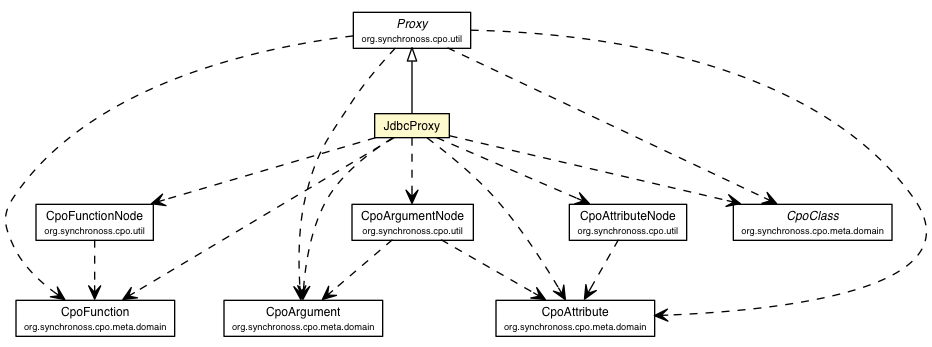
Earlier version of the Graphviz export site/apidocs/org/synchronoss/cpo/util/jdbc/JdbcProxy.png (synchronoss/cpo-util). Its source is kept beside it as site/apidocs/org/synchronoss/cpo/util/jdbc/JdbcProxy.dot.
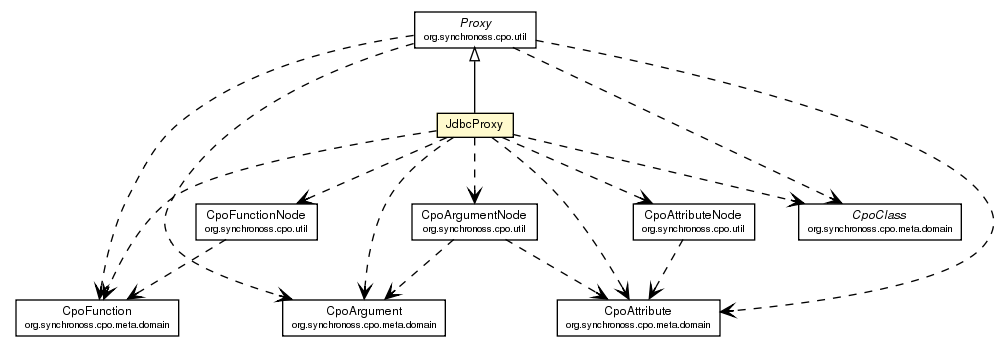
After the commit.

Change to the diagram source:
```diff
@@ -2,70 +2,70 @@
 digraph G {
 	edge [fontname="Helvetica",fontsize=10,labelfontname="Helvetica",labelfontsize=10];
 	node [fontname="Helvetica",fontsize=10,shape=plaintext];
-	c3828 [label=<<table border="0" cellborder="1" cellspacing="0" cellpadding="2" port="p" href="../Proxy.html">
+	c4415 [label=<<table border="0" cellborder="1" cellspacing="0" cellpadding="2" port="p" href="../CpoAttributeNode.html">
+		<tr><td><table border="0" cellspacing="0" cellpadding="1">
+			<tr><td> CpoAttributeNode </td></tr>
+			<tr><td><font point-size="7.0"> org.synchronoss.cpo.util </font></td></tr>
+		</table></td></tr>
+		</table>>, fontname="Helvetica", fontcolor="black", fontsize=9.0];
+	c4430 [label=<<table border="0" cellborder="1" cellspacing="0" cellpadding="2" port="p" href="../CpoFunctionNode.html">
+		<tr><td><table border="0" cellspacing="0" cellpadding="1">
+			<tr><td> CpoFunctionNode </td></tr>
+			<tr><td><font point-size="7.0"> org.synchronoss.cpo.util </font></td></tr>
+		</table></td></tr>
+		</table>>, fontname="Helvetica", fontcolor="black", fontsize=9.0];
+	c4434 [label=<<table border="0" cellborder="1" cellspacing="0" cellpadding="2" port="p" href="../CpoArgumentNode.html">
+		<tr><td><table border="0" cellspacing="0" cellpadding="1">
+			<tr><td> CpoArgumentNode </td></tr>
+			<tr><td><font point-size="7.0"> org.synchronoss.cpo.util </font></td></tr>
+		</table></td></tr>
+		</table>>, fontname="Helvetica", fontcolor="black", fontsize=9.0];
+	c4438 [label=<<table border="0" cellborder="1" cellspacing="0" cellpadding="2" port="p" href="../Proxy.html">
 		<tr><td><table border="0" cellspacing="0" cellpadding="1">
 			<tr><td><font face="Helvetica-Oblique"> Proxy </font></td></tr>
 			<tr><td><font point-size="7.0"> org.synchronoss.cpo.util </font></td></tr>
 		</table></td></tr>
 		</table>>, fontname="Helvetica", fontcolor="black", fontsize=9.0];
-	c3840 [label=<<table border="0" cellborder="1" cellspacing="0" cellpadding="2" port="p" href="../CpoFunctionNode.html">
-		<tr><td><table border="0" cellspacing="0" cellpadding="1">
-			<tr><td> CpoFunctionNode </td></tr>
-			<tr><td><font point-size="7.0"> org.synchronoss.cpo.util </font></td></tr>
-		</table></td></tr>
-		</table>>, fontname="Helvetica", fontcolor="black", fontsize=9.0];
-	c3849 [label=<<table border="0" cellborder="1" cellspacing="0" cellpadding="2" port="p" href="../CpoAttributeNode.html">
-		<tr><td><table border="0" cellspacing="0" cellpadding="1">
-			<tr><td> CpoAttributeNode </td></tr>
-			<tr><td><font point-size="7.0"> org.synchronoss.cpo.util </font></td></tr>
-		</table></td></tr>
-		</table>>, fontname="Helvetica", fontcolor="black", fontsize=9.0];
-	c3851 [label=<<table border="0" cellborder="1" cellspacing="0" cellpadding="2" port="p" href="../CpoArgumentNode.html">
-		<tr><td><table border="0" cellspacing="0" cellpadding="1">
-			<tr><td> CpoArgumentNode </td></tr>
-			<tr><td><font point-size="7.0"> org.synchronoss.cpo.util </font></td></tr>
-		</table></td></tr>
-		</table>>, fontname="Helvetica", fontcolor="black", fontsize=9.0];
-	c3862 [label=<<table border="0" cellborder="1" cellspacing="0" cellpadding="2" port="p" bgcolor="lemonChiffon" href="./JdbcProxy.html">
+	c4453 [label=<<table border="0" cellborder="1" cellspacing="0" cellpadding="2" port="p" bgcolor="lemonChiffon" href="./JdbcProxy.html">
 		<tr><td><table border="0" cellspacing="0" cellpadding="1">
 			<tr><td> JdbcProxy </td></tr>
 		</table></td></tr>
 		</table>>, fontname="Helvetica", fontcolor="black", fontsize=9.0];
-	c3828:p -> c3862:p [dir=back,arrowtail=empty];
-	c3828:p -> c3890:p [taillabel="", label="", headlabel="", fontname="Helvetica", fontcolor="black", fontsize=10.0, color="black", arrowhead=open, style=dashed];
-	c3828:p -> c3891:p [taillabel="", label="", headlabel="", fontname="Helvetica", fontcolor="black", fontsize=10.0, color="black", arrowhead=open, style=dashed];
-	c3828:p -> c3892:p [taillabel="", label="", headlabel="", fontname="Helvetica", fontcolor="black", fontsize=10.0, color="black", arrowhead=open, style=dashed];
-	c3828:p -> c3893:p [taillabel="", label="", headlabel="", fontname="Helvetica", fontcolor="black", fontsize=10.0, color="black", arrowhead=open, style=dashed];
-	c3840:p -> c3891:p [taillabel="", label="", headlabel="", fontname="Helvetica", fontcolor="black", fontsize=10.0, color="black", arrowhead=open, style=dashed];
-	c3849:p -> c3890:p [taillabel="", label="", headlabel="", fontname="Helvetica", fontcolor="black", fontsize=10.0, color="black", arrowhead=open, style=dashed];
-	c3851:p -> c3892:p [taillabel="", label="", headlabel="", fontname="Helvetica", fontcolor="black", fontsize=10.0, color="black", arrowhead=open, style=dashed];
-	c3851:p -> c3890:p [taillabel="", label="", headlabel="", fontname="Helvetica", fontcolor="black", fontsize=10.0, color="black", arrowhead=open, style=dashed];
-	c3862:p -> c3840:p [taillabel="", label="", headlabel="", fontname="Helvetica", fontcolor="black", fontsize=10.0, color="black", arrowhead=open, style=dashed];
-	c3862:p -> c3891:p [taillabel="", label="", headlabel="", fontname="Helvetica", fontcolor="black", fontsize=10.0, color="black", arrowhead=open, style=dashed];
-	c3862:p -> c3849:p [taillabel="", label="", headlabel="", fontname="Helvetica", fontcolor="black", fontsize=10.0, color="black", arrowhead=open, style=dashed];
-	c3862:p -> c3892:p [taillabel="", label="", headlabel="", fontname="Helvetica", fontcolor="black", fontsize=10.0, color="black", arrowhead=open, style=dashed];
-	c3862:p -> c3893:p [taillabel="", label="", headlabel="", fontname="Helvetica", fontcolor="black", fontsize=10.0, color="black", arrowhead=open, style=dashed];
-	c3862:p -> c3890:p [taillabel="", label="", headlabel="", fontname="Helvetica", fontcolor="black", fontsize=10.0, color="black", arrowhead=open, style=dashed];
-	c3862:p -> c3851:p [taillabel="", label="", headlabel="", fontname="Helvetica", fontcolor="black", fontsize=10.0, color="black", arrowhead=open, style=dashed];
-	c3893 [label=<<table border="0" cellborder="1" cellspacing="0" cellpadding="2" port="p" href="http://java.sun.com/j2se/1.4.2/docs/api/org/synchronoss/cpo/meta/domain/CpoClass.html">
+	c4438:p -> c4453:p [dir=back,arrowtail=empty];
+	c4415:p -> c4473:p [taillabel="", label="", headlabel="", fontname="Helvetica", fontcolor="black", fontsize=10.0, color="black", arrowhead=open, style=dashed];
+	c4430:p -> c4474:p [taillabel="", label="", headlabel="", fontname="Helvetica", fontcolor="black", fontsize=10.0, color="black", arrowhead=open, style=dashed];
+	c4434:p -> c4473:p [taillabel="", label="", headlabel="", fontname="Helvetica", fontcolor="black", fontsize=10.0, color="black", arrowhead=open, style=dashed];
+	c4434:p -> c4475:p [taillabel="", label="", headlabel="", fontname="Helvetica", fontcolor="black", fontsize=10.0, color="black", arrowhead=open, style=dashed];
+	c4438:p -> c4473:p [taillabel="", label="", headlabel="", fontname="Helvetica", fontcolor="black", fontsize=10.0, color="black", arrowhead=open, style=dashed];
+	c4438:p -> c4476:p [taillabel="", label="", headlabel="", fontname="Helvetica", fontcolor="black", fontsize=10.0, color="black", arrowhead=open, style=dashed];
+	c4438:p -> c4475:p [taillabel="", label="", headlabel="", fontname="Helvetica", fontcolor="black", fontsize=10.0, color="black", arrowhead=open, style=dashed];
+	c4438:p -> c4474:p [taillabel="", label="", headlabel="", fontname="Helvetica", fontcolor="black", fontsize=10.0, color="black", arrowhead=open, style=dashed];
+	c4453:p -> c4473:p [taillabel="", label="", headlabel="", fontname="Helvetica", fontcolor="black", fontsize=10.0, color="black", arrowhead=open, style=dashed];
+	c4453:p -> c4474:p [taillabel="", label="", headlabel="", fontname="Helvetica", fontcolor="black", fontsize=10.0, color="black", arrowhead=open, style=dashed];
+	c4453:p -> c4476:p [taillabel="", label="", headlabel="", fontname="Helvetica", fontcolor="black", fontsize=10.0, color="black", arrowhead=open, style=dashed];
+	c4453:p -> c4434:p [taillabel="", label="", headlabel="", fontname="Helvetica", fontcolor="black", fontsize=10.0, color="black", arrowhead=open, style=dashed];
+	c4453:p -> c4430:p [taillabel="", label="", headlabel="", fontname="Helvetica", fontcolor="black", fontsize=10.0, color="black", arrowhead=open, style=dashed];
+	c4453:p -> c4415:p [taillabel="", label="", headlabel="", fontname="Helvetica", fontcolor="black", fontsize=10.0, color="black", arrowhead=open, style=dashed];
+	c4453:p -> c4475:p [taillabel="", label="", headlabel="", fontname="Helvetica", fontcolor="black", fontsize=10.0, color="black", arrowhead=open, style=dashed];
+	c4476 [label=<<table border="0" cellborder="1" cellspacing="0" cellpadding="2" port="p" href="http://java.sun.com/j2se/1.4.2/docs/api/org/synchronoss/cpo/meta/domain/CpoClass.html">
 		<tr><td><table border="0" cellspacing="0" cellpadding="1">
 			<tr><td><font face="Helvetica-Oblique"> CpoClass </font></td></tr>
 			<tr><td><font point-size="7.0"> org.synchronoss.cpo.meta.domain </font></td></tr>
 		</table></td></tr>
 		</table>>, fontname="Helvetica", fontcolor="black", fontsize=9.0];
-	c3892 [label=<<table border="0" cellborder="1" cellspacing="0" cellpadding="2" port="p" href="http://java.sun.com/j2se/1.4.2/docs/api/org/synchronoss/cpo/meta/domain/CpoArgument.html">
+	c4475 [label=<<table border="0" cellborder="1" cellspacing="0" cellpadding="2" port="p" href="http://java.sun.com/j2se/1.4.2/docs/api/org/synchronoss/cpo/meta/domain/CpoArgument.html">
 		<tr><td><table border="0" cellspacing="0" cellpadding="1">
 			<tr><td> CpoArgument </td></tr>
 			<tr><td><font point-size="7.0"> org.synchronoss.cpo.meta.domain </font></td></tr>
 		</table></td></tr>
 		</table>>, fontname="Helvetica", fontcolor="black", fontsize=9.0];
-	c3890 [label=<<table border="0" cellborder="1" cellspacing="0" cellpadding="2" port="p" href="http://java.sun.com/j2se/1.4.2/docs/api/org/synchronoss/cpo/meta/domain/CpoAttribute.html">
+	c4473 [label=<<table border="0" cellborder="1" cellspacing="0" cellpadding="2" port="p" href="http://java.sun.com/j2se/1.4.2/docs/api/org/synchronoss/cpo/meta/domain/CpoAttribute.html">
 		<tr><td><table border="0" cellspacing="0" cellpadding="1">
 			<tr><td> CpoAttribute </td></tr>
 			<tr><td><font point-size="7.0"> org.synchronoss.cpo.meta.domain </font></td></tr>
 		</table></td></tr>
 		</table>>, fontname="Helvetica", fontcolor="black", fontsize=9.0];
-	c3891 [label=<<table border="0" cellborder="1" cellspacing="0" cellpadding="2" port="p" href="http://java.sun.com/j2se/1.4.2/docs/api/org/synchronoss/cpo/meta/domain/CpoFunction.html">
+	c4474 [label=<<table border="0" cellborder="1" cellspacing="0" cellpadding="2" port="p" href="http://java.sun.com/j2se/1.4.2/docs/api/org/synchronoss/cpo/meta/domain/CpoFunction.html">
 		<tr><td><table border="0" cellspacing="0" cellpadding="1">
 			<tr><td> CpoFunction </td></tr>
 			<tr><td><font point-size="7.0"> org.synchronoss.cpo.meta.domain </font></td></tr>
```
